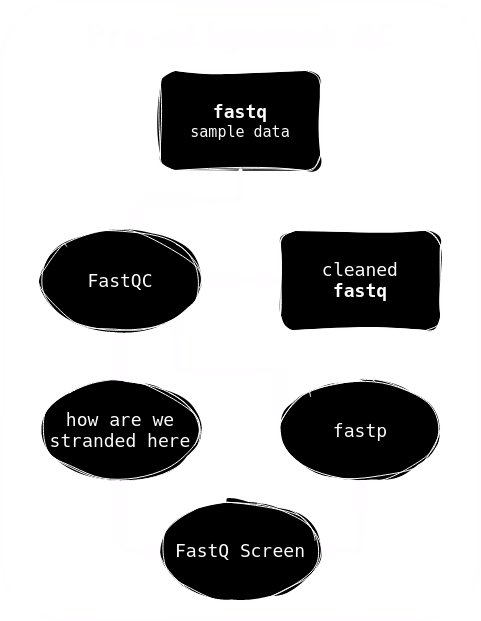
synanth/draw_io keeps this draw.io diagram as pre_align_qc.png. Above is the earlier version. Source tidied: cells renumbered, new cells last; positions are measured from the earlier drawing's top-left corner, leaving out a move shared by most shapes.
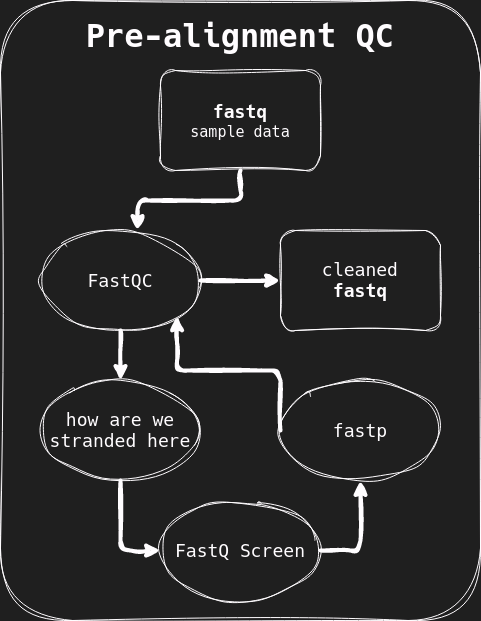
After the change.

What changed in the source:
```diff
@@ -5,7 +5,7 @@
     <mxCell id="2" style="rounded=1;whiteSpace=wrap;html=1;hachureGap=4;fontFamily=hack;fontSource=https%3A%2F%2Ffonts.googleapis.com%2Fcss%3Ffamily%3Dhack;labelPosition=center;verticalLabelPosition=top;align=center;verticalAlign=top;labelBackgroundColor=#1f1f1f;textOpacity=0;sketch=1;curveFitting=1;jiggle=2;fillColor=none;" parent="1" vertex="1">
       <mxGeometry width="480" height="620" as="geometry" />
     </mxCell>
-    <mxCell id="3" value="&lt;p style=&quot;line-height: 0%;&quot;&gt;&lt;/p&gt;&lt;h2 style=&quot;line-height: 30%;&quot;&gt;&lt;font face=&quot;hack&quot;&gt;fastq&lt;/font&gt;&lt;/h2&gt;&lt;div style=&quot;line-height: 30%; font-size: 15px;&quot;&gt;sample data&lt;br&gt;&lt;/div&gt;&lt;p&gt;&lt;/p&gt;" style="rounded=1;whiteSpace=wrap;html=1;sketch=1;curveFitting=1;jiggle=2;" parent="1" vertex="1">
+    <mxCell id="3" value="&lt;p style=&quot;line-height: 0%;&quot;&gt;&lt;/p&gt;&lt;h2 style=&quot;line-height: 30%;&quot;&gt;&lt;font face=&quot;hack&quot;&gt;fastq&lt;/font&gt;&lt;/h2&gt;&lt;div style=&quot;line-height: 30%; font-size: 15px;&quot;&gt;sample data&lt;br&gt;&lt;/div&gt;&lt;p&gt;&lt;/p&gt;" style="rounded=1;whiteSpace=wrap;html=1;sketch=1;curveFitting=1;jiggle=2;fillColor=none;" parent="1" vertex="1">
       <mxGeometry x="160" y="70" width="160" height="100" as="geometry" />
     </mxCell>
     <mxCell id="4" style="edgeStyle=orthogonalEdgeStyle;rounded=1;hachureGap=4;jettySize=auto;html=1;exitX=0.5;exitY=1;exitDx=0;exitDy=0;entryX=0.5;entryY=0;entryDx=0;entryDy=0;fontFamily=Architects Daughter;fontSource=https%3A%2F%2Ffonts.googleapis.com%2Fcss%3Ffamily%3DArchitects%2BDaughter;strokeWidth=4;sketch=1;curveFitting=1;jiggle=2;" parent="1" edge="1" source="6" target="13">
@@ -14,13 +14,13 @@
     <mxCell id="5" style="edgeStyle=orthogonalEdgeStyle;rounded=1;hachureGap=4;jettySize=auto;html=1;fontFamily=Architects Daughter;fontSource=https%3A%2F%2Ffonts.googleapis.com%2Fcss%3Ffamily%3DArchitects%2BDaughter;strokeWidth=4;sketch=1;curveFitting=1;jiggle=2;" parent="1" edge="1" source="6" target="11">
       <mxGeometry relative="1" as="geometry" />
     </mxCell>
-    <mxCell id="6" value="&lt;h2&gt;&lt;font face=&quot;hack&quot;&gt;&lt;span style=&quot;font-weight: normal;&quot;&gt;FastQC&lt;/span&gt;&lt;/font&gt;&lt;/h2&gt;" style="ellipse;whiteSpace=wrap;html=1;rounded=1;hachureGap=4;fontFamily=Architects Daughter;fontSource=https%3A%2F%2Ffonts.googleapis.com%2Fcss%3Ffamily%3DArchitects%2BDaughter;sketch=1;curveFitting=1;jiggle=2;" parent="1" vertex="1">
+    <mxCell id="6" value="&lt;h2&gt;&lt;font face=&quot;hack&quot;&gt;&lt;span style=&quot;font-weight: normal;&quot;&gt;FastQC&lt;/span&gt;&lt;/font&gt;&lt;/h2&gt;" style="ellipse;whiteSpace=wrap;html=1;rounded=1;hachureGap=4;fontFamily=Architects Daughter;fontSource=https%3A%2F%2Ffonts.googleapis.com%2Fcss%3Ffamily%3DArchitects%2BDaughter;sketch=1;curveFitting=1;jiggle=2;fillColor=none;" parent="1" vertex="1">
       <mxGeometry x="40" y="230" width="160" height="100" as="geometry" />
     </mxCell>
     <mxCell id="7" style="edgeStyle=orthogonalEdgeStyle;rounded=1;hachureGap=4;jettySize=auto;html=1;fontFamily=Architects Daughter;fontSource=https%3A%2F%2Ffonts.googleapis.com%2Fcss%3Ffamily%3DArchitects%2BDaughter;entryX=0.5;entryY=1;entryDx=0;entryDy=0;exitX=1;exitY=0.5;exitDx=0;exitDy=0;strokeWidth=4;sketch=1;curveFitting=1;jiggle=2;" parent="1" edge="1" source="8" target="10">
       <mxGeometry relative="1" as="geometry" />
     </mxCell>
-    <mxCell id="8" value="&lt;font style=&quot;font-size: 18px;&quot; face=&quot;hack&quot;&gt;FastQ Screen&lt;br&gt;&lt;/font&gt;" style="ellipse;whiteSpace=wrap;html=1;rounded=1;hachureGap=4;fontFamily=Architects Daughter;fontSource=https%3A%2F%2Ffonts.googleapis.com%2Fcss%3Ffamily%3DArchitects%2BDaughter;sketch=1;curveFitting=1;jiggle=2;" parent="1" vertex="1">
+    <mxCell id="8" value="&lt;font style=&quot;font-size: 18px;&quot; face=&quot;hack&quot;&gt;FastQ Screen&lt;br&gt;&lt;/font&gt;" style="ellipse;whiteSpace=wrap;html=1;rounded=1;hachureGap=4;fontFamily=Architects Daughter;fontSource=https%3A%2F%2Ffonts.googleapis.com%2Fcss%3Ffamily%3DArchitects%2BDaughter;sketch=1;curveFitting=1;jiggle=2;fillColor=none;" parent="1" vertex="1">
       <mxGeometry x="160" y="500" width="160" height="100" as="geometry" />
     </mxCell>
     <mxCell id="9" style="edgeStyle=orthogonalEdgeStyle;rounded=1;hachureGap=4;jettySize=auto;html=1;exitX=0;exitY=0.5;exitDx=0;exitDy=0;entryX=1;entryY=1;entryDx=0;entryDy=0;fontFamily=Architects Daughter;fontSource=https%3A%2F%2Ffonts.googleapis.com%2Fcss%3Ffamily%3DArchitects%2BDaughter;strokeWidth=4;sketch=1;curveFitting=1;jiggle=2;" parent="1" edge="1" source="10" target="6">
@@ -31,16 +31,16 @@
         </Array>
       </mxGeometry>
     </mxCell>
-    <mxCell id="10" value="&lt;font style=&quot;font-size: 18px;&quot; face=&quot;hack&quot;&gt;fastp&lt;/font&gt;" style="ellipse;whiteSpace=wrap;html=1;rounded=1;hachureGap=4;fontFamily=Architects Daughter;fontSource=https%3A%2F%2Ffonts.googleapis.com%2Fcss%3Ffamily%3DArchitects%2BDaughter;sketch=1;curveFitting=1;jiggle=2;" parent="1" vertex="1">
+    <mxCell id="10" value="&lt;font style=&quot;font-size: 18px;&quot; face=&quot;hack&quot;&gt;fastp&lt;/font&gt;" style="ellipse;whiteSpace=wrap;html=1;rounded=1;hachureGap=4;fontFamily=Architects Daughter;fontSource=https%3A%2F%2Ffonts.googleapis.com%2Fcss%3Ffamily%3DArchitects%2BDaughter;sketch=1;curveFitting=1;jiggle=2;fillColor=none;" parent="1" vertex="1">
       <mxGeometry x="280" y="380" width="160" height="100" as="geometry" />
     </mxCell>
-    <mxCell id="11" value="&lt;div&gt;&lt;font style=&quot;font-size: 18px;&quot;&gt;&lt;font face=&quot;hack&quot;&gt;cleaned&lt;/font&gt;&lt;/font&gt;&lt;/div&gt;&lt;div&gt;&lt;font style=&quot;font-size: 18px;&quot;&gt;&lt;font face=&quot;hack&quot;&gt;&lt;b&gt;fastq&lt;/b&gt;&lt;/font&gt;&lt;/font&gt;&lt;/div&gt;" style="rounded=1;whiteSpace=wrap;html=1;hachureGap=4;fontFamily=Architects Daughter;fontSource=https%3A%2F%2Ffonts.googleapis.com%2Fcss%3Ffamily%3DArchitects%2BDaughter;sketch=1;curveFitting=1;jiggle=2;" parent="1" vertex="1">
+    <mxCell id="11" value="&lt;div&gt;&lt;font style=&quot;font-size: 18px;&quot;&gt;&lt;font face=&quot;hack&quot;&gt;cleaned&lt;/font&gt;&lt;/font&gt;&lt;/div&gt;&lt;div&gt;&lt;font style=&quot;font-size: 18px;&quot;&gt;&lt;font face=&quot;hack&quot;&gt;&lt;b&gt;fastq&lt;/b&gt;&lt;/font&gt;&lt;/font&gt;&lt;/div&gt;" style="rounded=1;whiteSpace=wrap;html=1;hachureGap=4;fontFamily=Architects Daughter;fontSource=https%3A%2F%2Ffonts.googleapis.com%2Fcss%3Ffamily%3DArchitects%2BDaughter;sketch=1;curveFitting=1;jiggle=2;fillColor=none;" parent="1" vertex="1">
       <mxGeometry x="280" y="230" width="160" height="100" as="geometry" />
     </mxCell>
     <mxCell id="12" style="edgeStyle=orthogonalEdgeStyle;rounded=1;hachureGap=4;jettySize=auto;html=1;entryX=0;entryY=0.5;entryDx=0;entryDy=0;fontFamily=Architects Daughter;fontSource=https%3A%2F%2Ffonts.googleapis.com%2Fcss%3Ffamily%3DArchitects%2BDaughter;strokeWidth=4;sketch=1;curveFitting=1;jiggle=2;" parent="1" edge="1" source="13" target="8">
       <mxGeometry relative="1" as="geometry" />
     </mxCell>
-    <mxCell id="13" value="&lt;font style=&quot;font-size: 18px;&quot; face=&quot;hack&quot;&gt;how are we stranded here&lt;/font&gt;" style="ellipse;whiteSpace=wrap;html=1;rounded=1;hachureGap=4;fontFamily=Architects Daughter;fontSource=https%3A%2F%2Ffonts.googleapis.com%2Fcss%3Ffamily%3DArchitects%2BDaughter;sketch=1;curveFitting=1;jiggle=2;" parent="1" vertex="1">
+    <mxCell id="13" value="&lt;font style=&quot;font-size: 18px;&quot; face=&quot;hack&quot;&gt;how are we stranded here&lt;/font&gt;" style="ellipse;whiteSpace=wrap;html=1;rounded=1;hachureGap=4;fontFamily=Architects Daughter;fontSource=https%3A%2F%2Ffonts.googleapis.com%2Fcss%3Ffamily%3DArchitects%2BDaughter;sketch=1;curveFitting=1;jiggle=2;fillColor=none;" parent="1" vertex="1">
       <mxGeometry x="40" y="380" width="160" height="100" as="geometry" />
     </mxCell>
     <mxCell id="14" style="edgeStyle=orthogonalEdgeStyle;rounded=1;hachureGap=4;jettySize=auto;html=1;entryX=0.606;entryY=0;entryDx=0;entryDy=0;entryPerimeter=0;fontFamily=Architects Daughter;fontSource=https%3A%2F%2Ffonts.googleapis.com%2Fcss%3Ffamily%3DArchitects%2BDaughter;strokeWidth=4;sketch=1;curveFitting=1;jiggle=2;" parent="1" edge="1" source="3" target="6">
```
